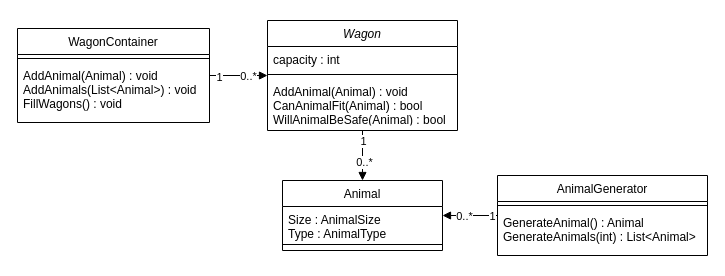
Thomas-Molen/S2CMKThomasvanderMolen keeps this draw.io diagram as Sprint4/ExtraOpdrachten/CircusTreinV2ClassDiagram.drawio. Above is the earlier version. Source tidied: cells renumbered, new cells numbered last; positions are measured from the earlier drawing's top-left corner, leaving out a move shared by most shapes. Both pictures are drawn from the tidied source at 100%, with x=0, y=0 at pixel (17, 20).
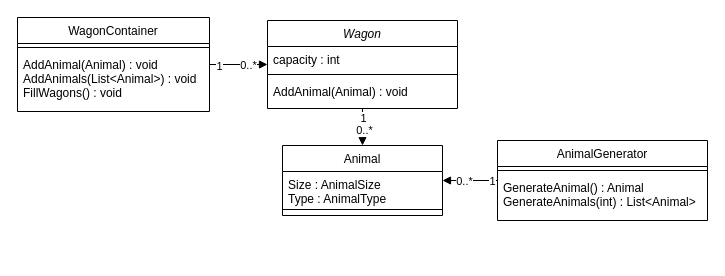
The same page after the edit.

The edit, as a diff of the source:
```diff
@@
     <mxCell id="8" value="Wagon" style="swimlane;fontStyle=2;align=center;verticalAlign=top;horizontal=1;startSize=26;rounded=0;shadow=0;strokeWidth=1;" parent="1" vertex="1">
-      <mxGeometry x="250" width="190" height="110" as="geometry" />
+      <mxGeometry x="250" width="190" height="88" as="geometry" />
     </mxCell>
@@
-    <mxCell id="11" value="AddAnimal(Animal) : void&#10;CanAnimalFit(Animal) : bool&#10;WillAnimalBeSafe(Animal) : bool" style="text;align=left;verticalAlign=top;spacingLeft=4;spacingRight=4;overflow=hidden;" parent="8" vertex="1">
-      <mxGeometry y="58" width="190" height="42" as="geometry" />
+    <mxCell id="11" value="AddAnimal(Animal) : void&#10;&#10;" style="text;align=left;verticalAlign=top;spacingLeft=4;spacingRight=4;overflow=hidden;" parent="8" vertex="1">
+      <mxGeometry y="58" width="190" height="30" as="geometry" />
     </mxCell>
     <mxCell id="12" value="Animal" style="swimlane;fontStyle=0;align=center;verticalAlign=top;horizontal=1;startSize=26;rounded=0;shadow=0;strokeWidth=1;" parent="1" vertex="1">
-      <mxGeometry x="265" y="160" width="160" height="70" as="geometry" />
+      <mxGeometry x="265" y="125" width="160" height="70" as="geometry" />
     </mxCell>
@@
     <mxCell id="15" style="edgeStyle=orthogonalEdgeStyle;rounded=0;jettySize=auto;html=1;endArrow=block;endFill=1;" parent="1" edge="1" source="18">
       <mxGeometry relative="1" as="geometry">
-        <mxPoint x="425" y="195" as="targetPoint" />
+        <mxPoint x="425" y="160" as="targetPoint" />
         <Array as="points">
-          <mxPoint x="425" y="195" />
+          <mxPoint x="425" y="160" />
         </Array>
       </mxGeometry>
     </mxCell>
@@
     <mxCell id="18" value="AnimalGenerator" style="swimlane;fontStyle=0;align=center;verticalAlign=top;horizontal=1;startSize=26;rounded=0;shadow=0;strokeWidth=1;" parent="1" vertex="1">
-      <mxGeometry x="480" y="155" width="210" height="80" as="geometry" />
+      <mxGeometry x="480" y="120" width="210" height="80" as="geometry" />
     </mxCell>
@@
     <mxCell id="21" value="WagonContainer" style="swimlane;fontStyle=0;align=center;verticalAlign=top;horizontal=1;startSize=26;rounded=0;shadow=0;strokeWidth=1;" parent="1" vertex="1">
-      <mxGeometry y="8" width="192" height="94" as="geometry" />
+      <mxGeometry y="-3" width="192" height="94" as="geometry" />
     </mxCell>
```
